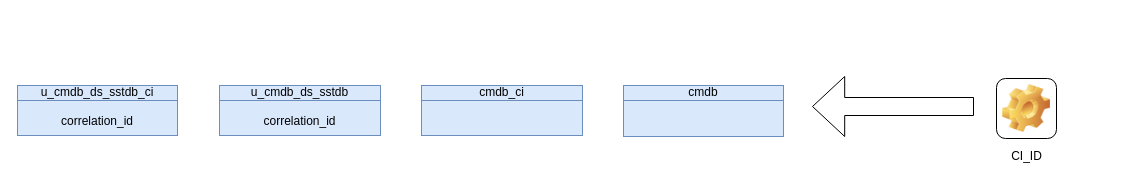
Before: page "CiPath" (3 of 11) of DBsErdV2.drawio in algimas/tmp, a draw.io diagram. Source tidied: cells renumbered, new cells numbered last; positions are measured from the earlier drawing's top-left corner, leaving out a move shared by most shapes. Both pictures are drawn from the tidied source at 100%, with x=0, y=0 at pixel (17, 76).
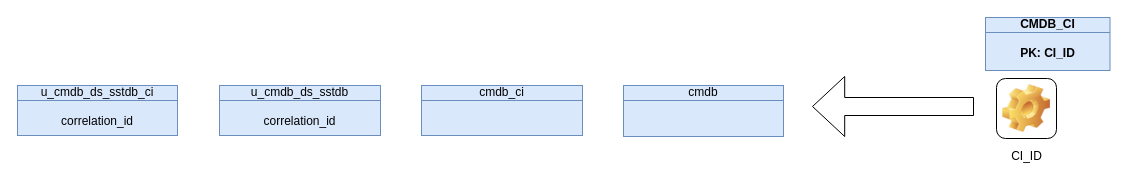
After the change.

Change to the diagram source:
```diff
@@
 <mxGraphModel>
   <root>
     <mxCell id="0" />
     <mxCell id="1" parent="0" />
     <mxCell id="2" value="CI_ID" style="icon;html=1;image=img/clipart/Gear_128x128.png;" parent="1" vertex="1">
       <mxGeometry x="979" y="2" width="60" height="60" as="geometry" />
     </mxCell>
     <mxCell id="3" style="shape=singleArrow;whiteSpace=wrap;html=1;rotation=-180;" parent="1" vertex="1">
       <mxGeometry x="795" width="161" height="60" as="geometry" />
     </mxCell>
     <mxCell id="4" value="u_cmdb_ds_sstdb&lt;br&gt;&lt;br&gt;correlation_id" style="html=1;whiteSpace=wrap;fillColor=#dae8fc;shape=mxgraph.archimate3.businessObject;overflow=fill;strokeColor=#6c8ebf;" parent="1" vertex="1">
       <mxGeometry x="202" y="9" width="161" height="50" as="geometry" />
     </mxCell>
     <mxCell id="5" value="u_cmdb_ds_sstdb_ci&lt;br&gt;&lt;br&gt;correlation_id" style="html=1;whiteSpace=wrap;fillColor=#dae8fc;shape=mxgraph.archimate3.businessObject;overflow=fill;strokeColor=#6c8ebf;fontStyle=0;" parent="1" vertex="1">
       <mxGeometry y="9" width="160" height="50" as="geometry" />
     </mxCell>
     <mxCell id="6" value="cmdb_ci" style="html=1;whiteSpace=wrap;fillColor=#dae8fc;shape=mxgraph.archimate3.businessObject;overflow=fill;strokeColor=#6c8ebf;" parent="1" vertex="1">
       <mxGeometry x="404" y="9" width="161" height="50" as="geometry" />
     </mxCell>
     <mxCell id="7" value="cmdb" style="html=1;whiteSpace=wrap;fillColor=#dae8fc;shape=mxgraph.archimate3.businessObject;overflow=fill;strokeColor=#6c8ebf;" parent="1" vertex="1">
       <mxGeometry x="606" y="9" width="160" height="51" as="geometry" />
     </mxCell>
+    <mxCell id="8" value="CMDB_CI&lt;br&gt;&lt;br&gt;PK: CI_ID" style="html=1;whiteSpace=wrap;fillColor=#dae8fc;shape=mxgraph.archimate3.businessObject;overflow=fill;strokeColor=#6c8ebf;fontStyle=1;" parent="1" vertex="1">
+      <mxGeometry x="968" y="-59" width="124.5" height="53" as="geometry" />
+    </mxCell>
   </root>
 </mxGraphModel>
```
